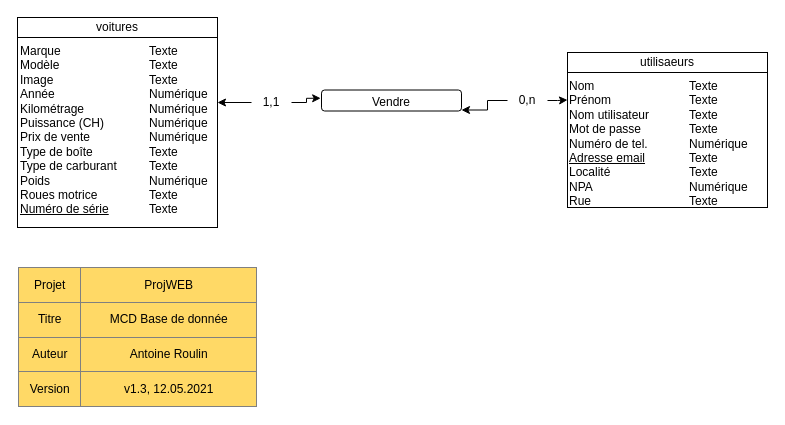
Above: doc/MCD/MCD_ProjWEB_CLASSICCAR_ARN-NED.drawio in NicolasGlassey/PROJWEB-INFOWEB (draw.io), before the change. Source tidied: cells renumbered, new cells numbered last; positions are measured from the earlier drawing's top-left corner, leaving out a move shared by most shapes. Both pictures are drawn from the tidied source at 100%, with x=0, y=0 at pixel (17, 17).
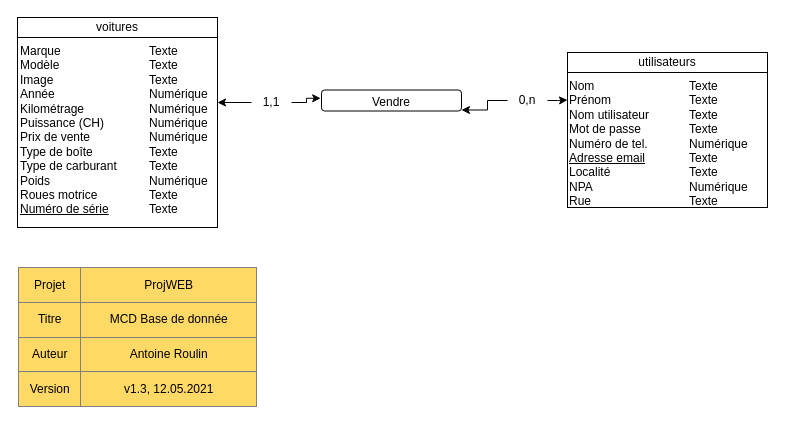
After the change.

Commit message (it also covers changes not shown here):
Effaçage d'une faute de frappe sur le MCD

What changed in the source:
```diff
@@
-    <mxCell id="7" value="utilisaeurs" style="rounded=0;whiteSpace=wrap;html=1;" parent="1" vertex="1">
+    <mxCell id="7" value="utilisateurs" style="rounded=0;whiteSpace=wrap;html=1;" parent="1" vertex="1">
       <mxGeometry x="550" y="35" width="200" height="20" as="geometry" />
     </mxCell>
```
